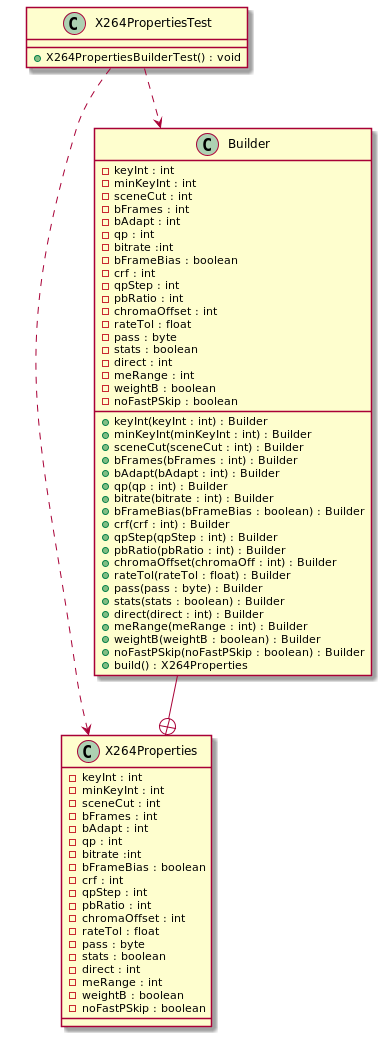
reza-hdrm/DesignPatterns keeps this PlantUML diagram as src/main/java/com/rezahdrm/creational/builder/builderUML.png. Above is the earlier version.
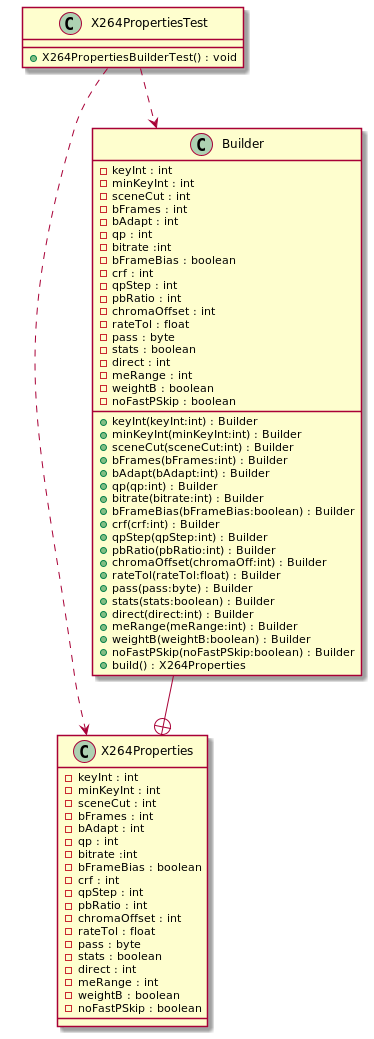
Later version of the same file.

Diff of the diagram source:
```diff
@@ -43,25 +43,25 @@
 	- weightB : boolean
 	- noFastPSkip : boolean
 
-	+ keyInt(keyInt : int) : Builder
-	+ minKeyInt(minKeyInt : int) : Builder
-	+ sceneCut(sceneCut : int) : Builder
-	+ bFrames(bFrames : int) : Builder
-	+ bAdapt(bAdapt : int) : Builder
-	+ qp(qp : int) : Builder
-	+ bitrate(bitrate : int) : Builder
-	+ bFrameBias(bFrameBias : boolean) : Builder
-	+ crf(crf : int) : Builder
-	+ qpStep(qpStep : int) : Builder
-	+ pbRatio(pbRatio : int) : Builder
-	+ chromaOffset(chromaOff : int) : Builder
-	+ rateTol(rateTol : float) : Builder
-	+ pass(pass : byte) : Builder
-	+ stats(stats : boolean) : Builder
-	+ direct(direct : int) : Builder
-	+ meRange(meRange : int) : Builder
-	+ weightB(weightB : boolean) : Builder
-	+ noFastPSkip(noFastPSkip : boolean) : Builder
+	+ keyInt(keyInt:int) : Builder
+	+ minKeyInt(minKeyInt:int) : Builder
+	+ sceneCut(sceneCut:int) : Builder
+	+ bFrames(bFrames:int) : Builder
+	+ bAdapt(bAdapt:int) : Builder
+	+ qp(qp:int) : Builder
+	+ bitrate(bitrate:int) : Builder
+	+ bFrameBias(bFrameBias:boolean) : Builder
+	+ crf(crf:int) : Builder
+	+ qpStep(qpStep:int) : Builder
+	+ pbRatio(pbRatio:int) : Builder
+	+ chromaOffset(chromaOff:int) : Builder
+	+ rateTol(rateTol:float) : Builder
+	+ pass(pass:byte) : Builder
+	+ stats(stats:boolean) : Builder
+	+ direct(direct:int) : Builder
+	+ meRange(meRange:int) : Builder
+	+ weightB(weightB:boolean) : Builder
+	+ noFastPSkip(noFastPSkip:boolean) : Builder
 	+ build() : X264Properties
 }
 
```
